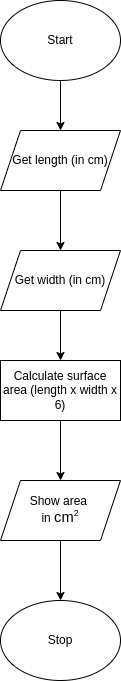
This is fc.png from Andrew-Ten-Den/ICS3U-Assignment-6-Python, a draw.io export, as it was before one commit. Source tidied: cells renumbered, new cells last; positions are measured from the earlier drawing's top-left corner, leaving out a move shared by most shapes. Its diagram source:
```xml
<mxGraphModel>
  <root>
    <mxCell id="0" />
    <mxCell id="1" parent="0" />
    <mxCell id="2" style="edgeStyle=none;html=1;" parent="1" edge="1" source="3" target="5">
      <mxGeometry relative="1" as="geometry" />
    </mxCell>
    <mxCell id="3" value="Start" style="ellipse;whiteSpace=wrap;html=1;" parent="1" vertex="1">
      <mxGeometry width="120" height="80" as="geometry" />
    </mxCell>
    <mxCell id="4" style="edgeStyle=none;html=1;entryX=0.5;entryY=0;entryDx=0;entryDy=0;" parent="1" edge="1" source="5">
      <mxGeometry relative="1" as="geometry">
        <mxPoint x="60" y="250" as="targetPoint" />
      </mxGeometry>
    </mxCell>
    <mxCell id="5" value="Get length (in cm)" style="shape=parallelogram;perimeter=parallelogramPerimeter;whiteSpace=wrap;html=1;fixedSize=1;" parent="1" vertex="1">
      <mxGeometry y="130" width="120" height="60" as="geometry" />
    </mxCell>
    <mxCell id="6" style="edgeStyle=none;html=1;entryX=0.5;entryY=0;entryDx=0;entryDy=0;" parent="1" edge="1" source="7" target="10">
      <mxGeometry relative="1" as="geometry" />
    </mxCell>
    <mxCell id="7" value="Calculate surface area (length x width x 6)" style="rounded=0;whiteSpace=wrap;html=1;" parent="1" vertex="1">
      <mxGeometry y="360" width="120" height="60" as="geometry" />
    </mxCell>
    <mxCell id="8" value="Stop" style="ellipse;whiteSpace=wrap;html=1;" parent="1" vertex="1">
      <mxGeometry y="600" width="120" height="80" as="geometry" />
    </mxCell>
    <mxCell id="9" style="edgeStyle=none;html=1;entryX=0.5;entryY=0;entryDx=0;entryDy=0;" parent="1" edge="1" source="10" target="8">
      <mxGeometry relative="1" as="geometry" />
    </mxCell>
    <mxCell id="10" value="Show area&amp;nbsp;&lt;br&gt;in&amp;nbsp;&lt;span id=&quot;docs-internal-guid-06387318-7fff-f4fc-7b16-51002076bb13&quot;&gt;&lt;span style=&quot;font-size: 11pt ; font-family: &amp;#34;helvetica neue&amp;#34; , sans-serif ; background-color: transparent ; vertical-align: baseline&quot;&gt;cm&lt;/span&gt;&lt;span style=&quot;font-size: 11pt ; font-family: &amp;#34;helvetica neue&amp;#34; , sans-serif ; background-color: transparent ; vertical-align: baseline&quot;&gt;&lt;span style=&quot;font-size: 0.6em ; vertical-align: super&quot;&gt;2&lt;/span&gt;&lt;/span&gt;&lt;span style=&quot;font-size: 11pt ; font-family: &amp;#34;helvetica neue&amp;#34; , sans-serif ; background-color: transparent ; vertical-align: baseline&quot;&gt; &lt;/span&gt;&lt;/span&gt;" style="shape=parallelogram;perimeter=parallelogramPerimeter;whiteSpace=wrap;html=1;fixedSize=1;" parent="1" vertex="1">
      <mxGeometry y="480" width="120" height="60" as="geometry" />
    </mxCell>
    <mxCell id="11" style="edgeStyle=none;html=1;entryX=0.5;entryY=0;entryDx=0;entryDy=0;" parent="1" edge="1" source="12" target="7">
      <mxGeometry relative="1" as="geometry" />
    </mxCell>
    <mxCell id="12" value="Get width (in cm)" style="shape=parallelogram;perimeter=parallelogramPerimeter;whiteSpace=wrap;html=1;fixedSize=1;" parent="1" vertex="1">
      <mxGeometry y="250" width="120" height="60" as="geometry" />
    </mxCell>
  </root>
</mxGraphModel>
```
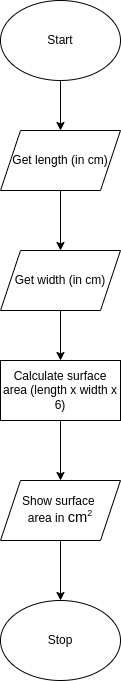
After the change.

Change to the diagram source:
```diff
@@ -28,7 +28,7 @@
     <mxCell id="9" style="edgeStyle=none;html=1;entryX=0.5;entryY=0;entryDx=0;entryDy=0;" parent="1" edge="1" source="10" target="8">
       <mxGeometry relative="1" as="geometry" />
     </mxCell>
-    <mxCell id="10" value="Show area&amp;nbsp;&lt;br&gt;in&amp;nbsp;&lt;span id=&quot;docs-internal-guid-06387318-7fff-f4fc-7b16-51002076bb13&quot;&gt;&lt;span style=&quot;font-size: 11pt ; font-family: &amp;#34;helvetica neue&amp;#34; , sans-serif ; background-color: transparent ; vertical-align: baseline&quot;&gt;cm&lt;/span&gt;&lt;span style=&quot;font-size: 11pt ; font-family: &amp;#34;helvetica neue&amp;#34; , sans-serif ; background-color: transparent ; vertical-align: baseline&quot;&gt;&lt;span style=&quot;font-size: 0.6em ; vertical-align: super&quot;&gt;2&lt;/span&gt;&lt;/span&gt;&lt;span style=&quot;font-size: 11pt ; font-family: &amp;#34;helvetica neue&amp;#34; , sans-serif ; background-color: transparent ; vertical-align: baseline&quot;&gt; &lt;/span&gt;&lt;/span&gt;" style="shape=parallelogram;perimeter=parallelogramPerimeter;whiteSpace=wrap;html=1;fixedSize=1;" parent="1" vertex="1">
+    <mxCell id="10" value="Show surface &lt;br&gt;area in&amp;nbsp;&lt;span id=&quot;docs-internal-guid-06387318-7fff-f4fc-7b16-51002076bb13&quot;&gt;&lt;span style=&quot;font-size: 11pt ; font-family: &amp;#34;helvetica neue&amp;#34; , sans-serif ; background-color: transparent ; vertical-align: baseline&quot;&gt;cm&lt;/span&gt;&lt;span style=&quot;font-size: 11pt ; font-family: &amp;#34;helvetica neue&amp;#34; , sans-serif ; background-color: transparent ; vertical-align: baseline&quot;&gt;&lt;span style=&quot;font-size: 0.6em ; vertical-align: super&quot;&gt;2&lt;/span&gt;&lt;/span&gt;&lt;span style=&quot;font-size: 11pt ; font-family: &amp;#34;helvetica neue&amp;#34; , sans-serif ; background-color: transparent ; vertical-align: baseline&quot;&gt; &lt;/span&gt;&lt;/span&gt;" style="shape=parallelogram;perimeter=parallelogramPerimeter;whiteSpace=wrap;html=1;fixedSize=1;" parent="1" vertex="1">
       <mxGeometry y="480" width="120" height="60" as="geometry" />
     </mxCell>
     <mxCell id="11" style="edgeStyle=none;html=1;entryX=0.5;entryY=0;entryDx=0;entryDy=0;" parent="1" edge="1" source="12" target="7">
```
